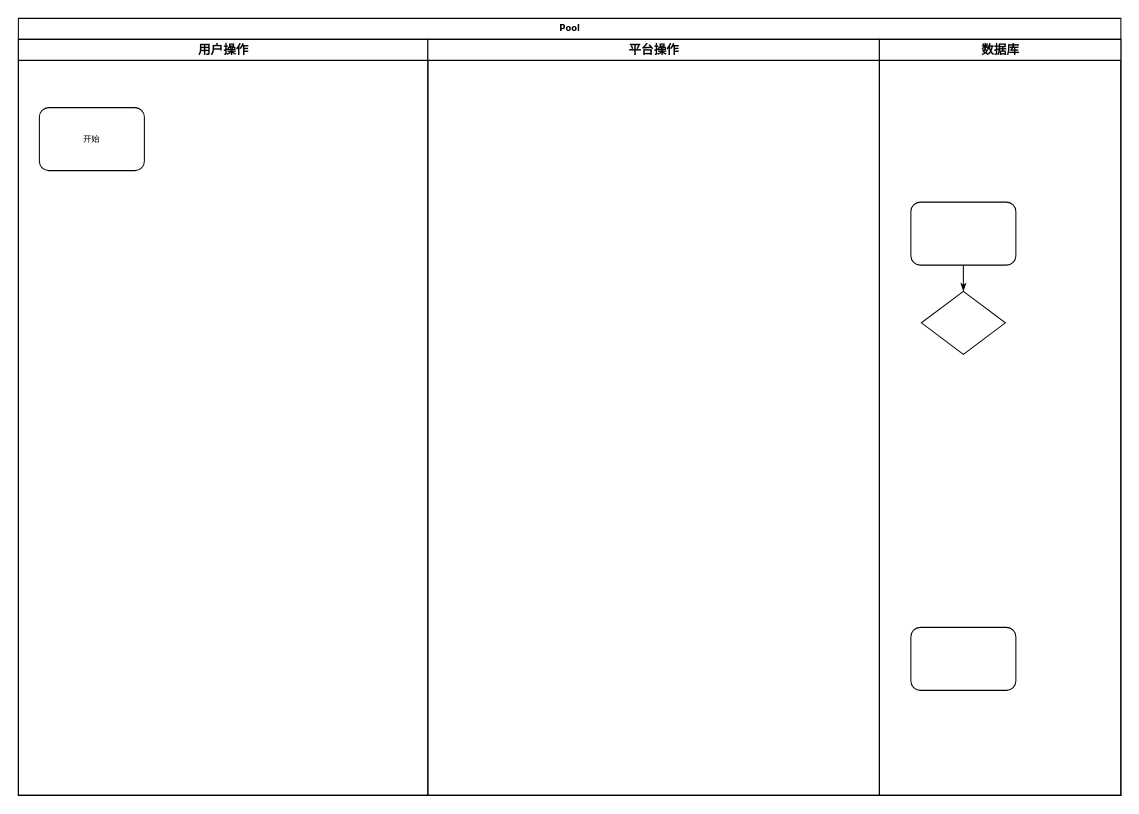
yoonai/MyTestFolder keeps this draw.io diagram as 卡券对账泳道图.drawio. Above is the earlier version. Source tidied: cells renumbered, new cells numbered last; positions are measured from the earlier drawing's top-left corner, leaving out a move shared by most shapes. Both pictures are drawn from the tidied source at 105%, with x=0, y=0 at pixel (18, 18).
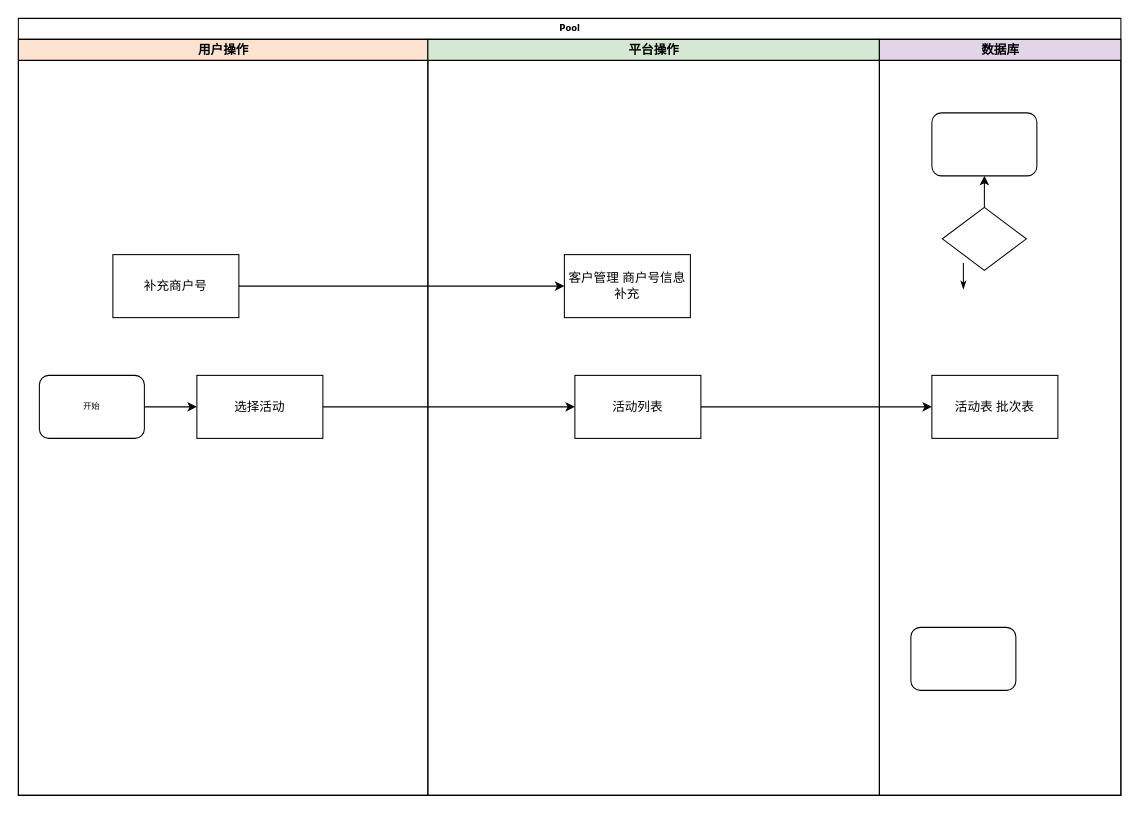
Above is the later version.

Commit message (it also covers changes not shown here):
更新卡券对账泳道图.drawio

Unchanged cells that the change refers to:
```xml
<mxCell id="2" value="Pool" style="swimlane;html=1;startSize=20;rounded=0;shadow=0;labelBackgroundColor=none;strokeWidth=1;fontFamily=Verdana;fontSize=8;align=center;" parent="1" vertex="1">
  <mxGeometry width="1050" height="740" as="geometry" />
</mxCell>
```

Change to the diagram source:
```diff
@@
-    <mxCell id="3" value="用户操作" style="swimlane;html=1;startSize=20;" parent="2" vertex="1">
+    <mxCell id="3" value="用户操作" style="swimlane;html=1;startSize=20;fillColor=#FCE3D0;" parent="2" vertex="1">
       <mxGeometry y="20" width="390" height="720" as="geometry" />
     </mxCell>
+    <mxCell id="11" style="edgeStyle=orthogonalEdgeStyle;rounded=0;jettySize=auto;html=1;" parent="3" edge="1" source="4" target="12">
+      <mxGeometry relative="1" as="geometry" />
+    </mxCell>
     <mxCell id="4" value="开始" style="rounded=1;whiteSpace=wrap;html=1;shadow=0;labelBackgroundColor=none;strokeWidth=1;fontFamily=Verdana;fontSize=8;align=center;" parent="3" vertex="1">
-      <mxGeometry x="20" y="65" width="100" height="60" as="geometry" />
+      <mxGeometry x="20" y="320" width="100" height="60" as="geometry" />
     </mxCell>
+    <mxCell id="12" value="选择活动" style="rounded=0;whiteSpace=wrap;html=1;" parent="3" vertex="1">
+      <mxGeometry x="170" y="320" width="120" height="60" as="geometry" />
+    </mxCell>
+    <mxCell id="13" value="补充商户号" style="rounded=0;whiteSpace=wrap;html=1;" parent="3" vertex="1">
+      <mxGeometry x="90" y="205" width="120" height="60" as="geometry" />
+    </mxCell>
-    <mxCell id="5" value="平台操作" style="swimlane;html=1;startSize=20;" parent="2" vertex="1">
+    <mxCell id="5" value="平台操作" style="swimlane;html=1;startSize=20;fillColor=#D4E8D4;" parent="2" vertex="1">
       <mxGeometry x="390" y="20" width="430" height="720" as="geometry" />
     </mxCell>
+    <mxCell id="14" value="活动列表" style="rounded=0;whiteSpace=wrap;html=1;" parent="5" vertex="1">
+      <mxGeometry x="140" y="320" width="120" height="60" as="geometry" />
+    </mxCell>
+    <mxCell id="15" value="客户管理 商户号信息补充" style="rounded=0;whiteSpace=wrap;html=1;" parent="5" vertex="1">
+      <mxGeometry x="130" y="205" width="120" height="60" as="geometry" />
+    </mxCell>
-    <mxCell id="6" value="数据库" style="swimlane;html=1;startSize=20;" parent="2" vertex="1">
+    <mxCell id="6" value="数据库" style="swimlane;html=1;startSize=20;fillColor=#E1D5E7;" parent="2" vertex="1">
       <mxGeometry x="820" y="20" width="230" height="720" as="geometry" />
     </mxCell>
     <mxCell id="7" style="rounded=1;whiteSpace=wrap;html=1;shadow=0;labelBackgroundColor=none;strokeWidth=1;fontFamily=Verdana;fontSize=8;align=center;" parent="6" vertex="1">
-      <mxGeometry x="30" y="155" width="100" height="60" as="geometry" />
+      <mxGeometry x="50" y="70" width="100" height="60" as="geometry" />
     </mxCell>
+    <mxCell id="16" style="edgeStyle=orthogonalEdgeStyle;rounded=0;jettySize=auto;html=1;" parent="6" edge="1" source="8" target="7">
+      <mxGeometry relative="1" as="geometry" />
+    </mxCell>
     <mxCell id="8" style="rhombus;whiteSpace=wrap;html=1;rounded=0;shadow=0;labelBackgroundColor=none;strokeWidth=1;fontFamily=Verdana;fontSize=8;align=center;" parent="6" vertex="1">
-      <mxGeometry x="40" y="240" width="80" height="60" as="geometry" />
+      <mxGeometry x="60" y="160" width="80" height="60" as="geometry" />
     </mxCell>
@@
-    <mxCell id="10" style="edgeStyle=orthogonalEdgeStyle;rounded=1;html=1;labelBackgroundColor=none;startArrow=none;startFill=0;startSize=5;endArrow=classicThin;endFill=1;endSize=5;jettySize=auto;strokeWidth=1;fontFamily=Verdana;fontSize=8;" parent="6" edge="1" source="7" target="8">
-      <mxGeometry relative="1" as="geometry" />
+    <mxCell id="10" style="edgeStyle=orthogonalEdgeStyle;rounded=1;html=1;labelBackgroundColor=none;startArrow=none;startFill=0;startSize=5;endArrow=classicThin;endFill=1;endSize=5;jettySize=auto;orthogonalLoop=1;strokeWidth=1;fontFamily=Verdana;fontSize=8;" parent="6" edge="1">
+      <mxGeometry relative="1" as="geometry">
+        <mxPoint x="80" y="213" as="sourcePoint" />
+        <mxPoint x="80" y="238" as="targetPoint" />
+      </mxGeometry>
     </mxCell>
+    <mxCell id="17" value="活动表 批次表" style="rounded=0;whiteSpace=wrap;html=1;" parent="6" vertex="1">
+      <mxGeometry x="50" y="320" width="120" height="60" as="geometry" />
+    </mxCell>
+    <mxCell id="18" style="edgeStyle=orthogonalEdgeStyle;rounded=0;jettySize=auto;html=1;exitX=1;exitY=0.5;exitDx=0;exitDy=0;entryX=0;entryY=0.5;entryDx=0;entryDy=0;" parent="2" edge="1" source="12" target="14">
+      <mxGeometry relative="1" as="geometry" />
+    </mxCell>
+    <mxCell id="19" style="edgeStyle=orthogonalEdgeStyle;rounded=0;jettySize=auto;html=1;entryX=0;entryY=0.5;entryDx=0;entryDy=0;" parent="2" edge="1" source="14" target="17">
+      <mxGeometry relative="1" as="geometry" />
+    </mxCell>
+    <mxCell id="20" style="edgeStyle=orthogonalEdgeStyle;rounded=0;jettySize=auto;html=1;entryX=0;entryY=0.5;entryDx=0;entryDy=0;" parent="2" edge="1" source="13" target="15">
+      <mxGeometry relative="1" as="geometry" />
+    </mxCell>
```
